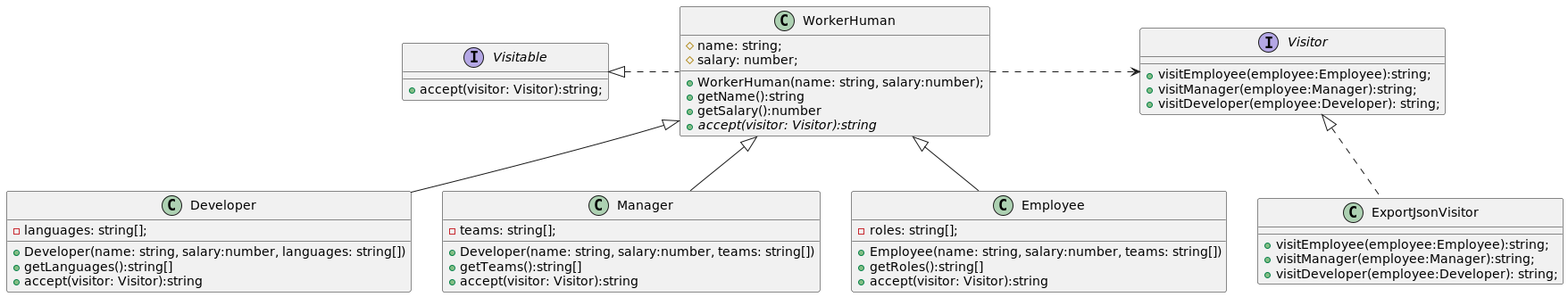
This is diagrams/Visitor/img/iteration1.png from AbrahamOsco/DsPatterns, a PlantUML export, as it was before one commit. Its diagram source:
```plantuml
@startuml
class WorkerHuman{
    #name: string;
    #salary: number;
    +WorkerHuman(name: string, salary:number);
    +getName():string
    +getSalary():number
    {abstract}+accept(visitor: Visitor):string

}

class Developer{
    -languages: string[];
    +Developer(name: string, salary:number, languages: string[])
    +getLanguages():string[]
    +accept(visitor: Visitor):string
}

class Manager{
    -teams: string[];
    +Developer(name: string, salary:number, teams: string[])
    +getTeams():string[]
    +accept(visitor: Visitor):string
}
class Employee{
    -roles: string[];
    +Employee(name: string, salary:number, teams: string[])
    +getRoles():string[]
    +accept(visitor: Visitor):string
}

interface Visitable{
    +accept(visitor: Visitor):string;
}

interface Visitor{
    +visitEmployee(employee:Employee):string;
    +visitManager(employee:Manager):string;
    +visitDeveloper(employee:Developer): string;
}
class ExportJsonVisitor{
    +visitEmployee(employee:Employee):string;
    +visitManager(employee:Manager):string;
    +visitDeveloper(employee:Developer): string;
}

Visitor <|.. ExportJsonVisitor
WorkerHuman <|-- Manager
WorkerHuman <|-- Employee
WorkerHuman <|-- Developer
Visitable <|. WorkerHuman: "           "
WorkerHuman .> Visitor
@enduml
```
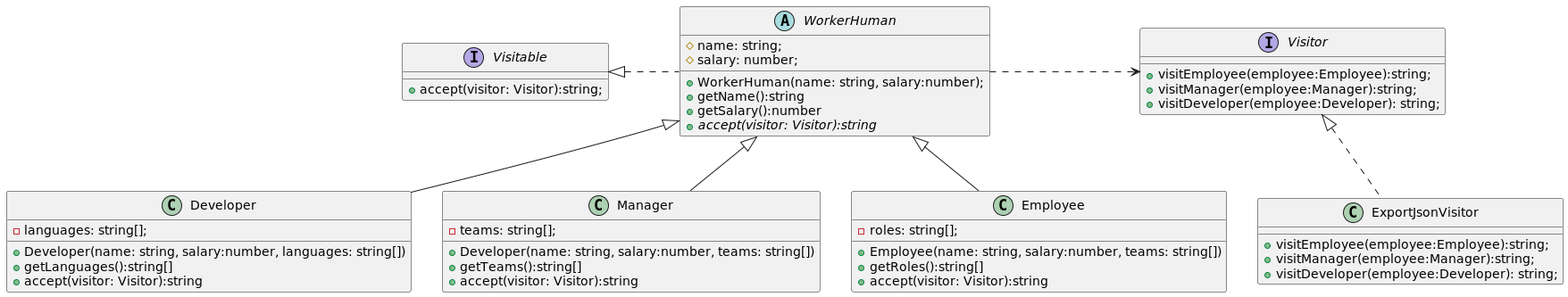
After the commit.

What changed in the source:
```diff
@@ -1,12 +1,11 @@
 @startuml
-class WorkerHuman{
+abstract class WorkerHuman{
     #name: string;
     #salary: number;
     +WorkerHuman(name: string, salary:number);
     +getName():string
     +getSalary():number
     {abstract}+accept(visitor: Visitor):string
-
 }
 
 class Developer{
```
